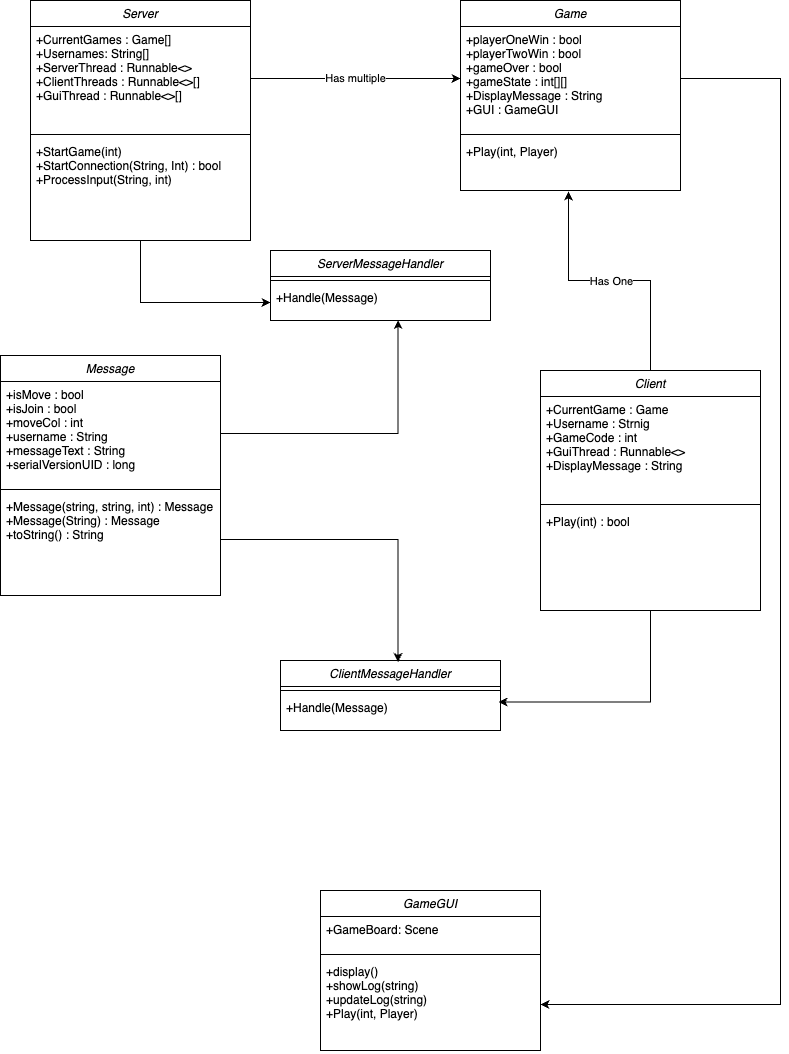
The draw.io diagram ClassDiagram.png in milkchocolatejr/ConnectFour, before a commit. Source tidied: cells renumbered, new cells last; positions are measured from the earlier drawing's top-left corner, leaving out a move shared by most shapes.
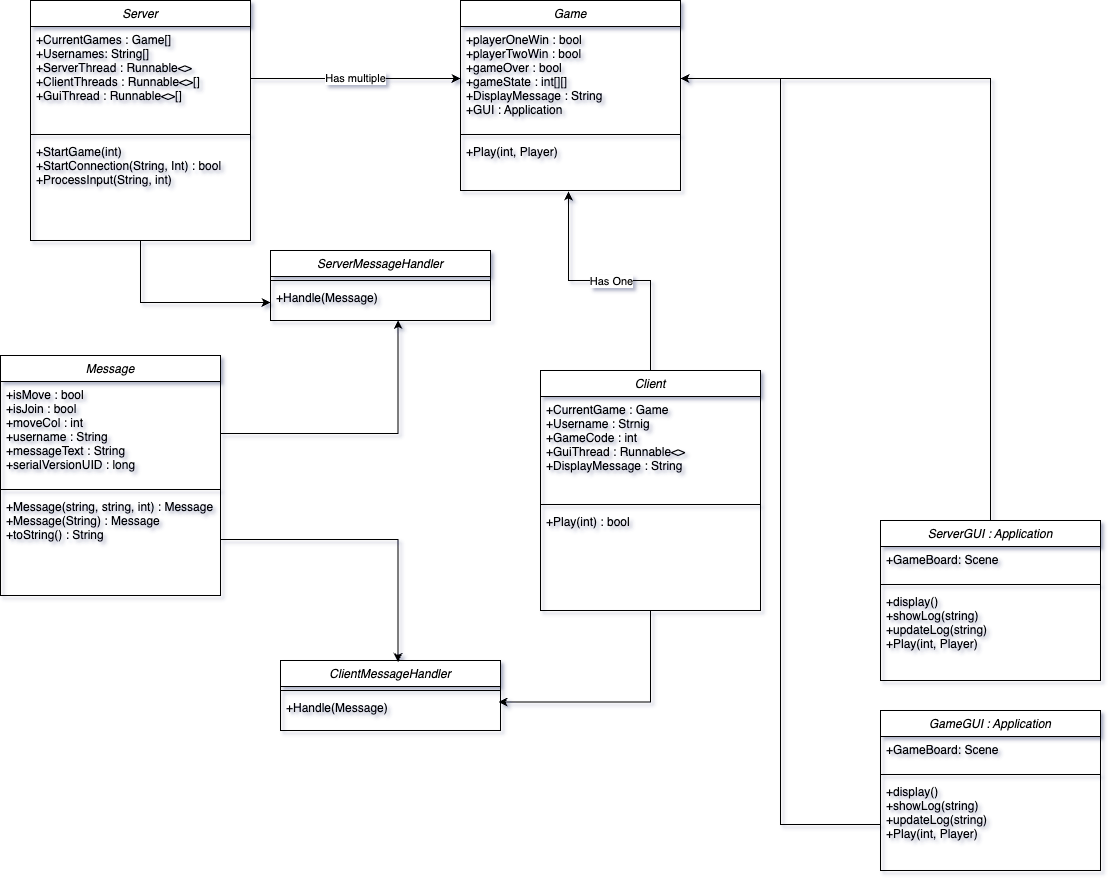
After the change.

The edit, as a diff of the source:
```diff
@@ -1,4 +1,4 @@
-<mxGraphModel>
+<mxGraphModel background="light-dark(#FFFFFF,#000000)" shadow="1">
   <root>
     <mxCell id="0" />
     <mxCell id="1" parent="0" />
@@ -20,7 +20,7 @@
     <mxCell id="7" value="Game" style="swimlane;fontStyle=2;align=center;verticalAlign=top;horizontal=1;startSize=26;rounded=0;shadow=0;strokeWidth=1;" parent="1" vertex="1">
       <mxGeometry x="460" width="220" height="190" as="geometry" />
     </mxCell>
-    <mxCell id="8" value="+playerOneWin : bool&#10;+playerTwoWin : bool&#10;+gameOver : bool&#10;+gameState : int[][]&#10;+DisplayMessage : String&#10;+GUI : GameGUI" style="text;align=left;verticalAlign=top;spacingLeft=4;spacingRight=4;overflow=hidden;points=[[0,0.5],[1,0.5]];portConstraint=eastwest;" parent="7" vertex="1">
+    <mxCell id="8" value="+playerOneWin : bool&#10;+playerTwoWin : bool&#10;+gameOver : bool&#10;+gameState : int[][]&#10;+DisplayMessage : String&#10;+GUI : Application" style="text;align=left;verticalAlign=top;spacingLeft=4;spacingRight=4;overflow=hidden;points=[[0,0.5],[1,0.5]];portConstraint=eastwest;" parent="7" vertex="1">
       <mxGeometry y="26" width="220" height="104" as="geometry" />
     </mxCell>
     <mxCell id="9" style="line;html=1;strokeWidth=1;align=left;verticalAlign=middle;spacingTop=-1;spacingLeft=3;spacingRight=3;labelPosition=right;" parent="7" vertex="1">
@@ -91,8 +91,8 @@
     <mxCell id="30" style="edgeStyle=orthogonalEdgeStyle;rounded=0;jettySize=auto;html=1;exitX=1;exitY=0.5;exitDx=0;exitDy=0;entryX=0.58;entryY=0.986;entryDx=0;entryDy=0;entryPerimeter=0;" parent="1" edge="1" source="19" target="24">
       <mxGeometry relative="1" as="geometry" />
     </mxCell>
-    <mxCell id="31" value="GameGUI" style="swimlane;fontStyle=2;align=center;verticalAlign=top;horizontal=1;startSize=26;rounded=0;shadow=0;strokeWidth=1;" parent="1" vertex="1">
-      <mxGeometry x="320" y="890" width="220" height="160" as="geometry" />
+    <mxCell id="31" value="GameGUI : Application" style="swimlane;fontStyle=2;align=center;verticalAlign=top;horizontal=1;startSize=26;rounded=0;shadow=0;strokeWidth=1;" parent="1" vertex="1">
+      <mxGeometry x="880" y="710" width="220" height="160" as="geometry" />
     </mxCell>
     <mxCell id="32" value="+GameBoard: Scene" style="text;align=left;verticalAlign=top;spacingLeft=4;spacingRight=4;overflow=hidden;" parent="31" vertex="1">
       <mxGeometry y="26" width="220" height="34" as="geometry" />
@@ -103,13 +103,23 @@
     <mxCell id="34" value="+display()&#10;+showLog(string)&#10;+updateLog(string)&#10;+Play(int, Player)" style="text;align=left;verticalAlign=top;spacingLeft=4;spacingRight=4;overflow=hidden;points=[[0,0.5],[1,0.5]];portConstraint=eastwest;" parent="31" vertex="1">
       <mxGeometry y="68" width="220" height="92" as="geometry" />
     </mxCell>
-    <mxCell id="35" style="edgeStyle=orthogonalEdgeStyle;rounded=0;jettySize=auto;html=1;exitX=1;exitY=0.5;exitDx=0;exitDy=0;" parent="1" edge="1" source="8" target="34">
-      <mxGeometry relative="1" as="geometry">
-        <Array as="points">
-          <mxPoint x="780" y="78" />
-          <mxPoint x="780" y="1004" />
-        </Array>
-      </mxGeometry>
-    </mxCell>
+    <mxCell id="36" style="edgeStyle=orthogonalEdgeStyle;rounded=0;jettySize=auto;html=1;entryX=1;entryY=0.5;entryDx=0;entryDy=0;" parent="1" edge="1" source="37" target="8">
+      <mxGeometry relative="1" as="geometry" />
+    </mxCell>
+    <mxCell id="37" value="ServerGUI : Application" style="swimlane;fontStyle=2;align=center;verticalAlign=top;horizontal=1;startSize=26;rounded=0;shadow=0;strokeWidth=1;" parent="1" vertex="1">
+      <mxGeometry x="880" y="520" width="220" height="160" as="geometry" />
+    </mxCell>
+    <mxCell id="38" value="+GameBoard: Scene" style="text;align=left;verticalAlign=top;spacingLeft=4;spacingRight=4;overflow=hidden;" parent="37" vertex="1">
+      <mxGeometry y="26" width="220" height="34" as="geometry" />
+    </mxCell>
+    <mxCell id="39" style="line;html=1;strokeWidth=1;align=left;verticalAlign=middle;spacingTop=-1;spacingLeft=3;spacingRight=3;labelPosition=right;" parent="37" vertex="1">
+      <mxGeometry y="60" width="220" height="8" as="geometry" />
+    </mxCell>
+    <mxCell id="40" value="+display()&#10;+showLog(string)&#10;+updateLog(string)&#10;+Play(int, Player)" style="text;align=left;verticalAlign=top;spacingLeft=4;spacingRight=4;overflow=hidden;" parent="37" vertex="1">
+      <mxGeometry y="68" width="220" height="92" as="geometry" />
+    </mxCell>
+    <mxCell id="41" style="edgeStyle=orthogonalEdgeStyle;rounded=0;jettySize=auto;html=1;" parent="1" edge="1" source="34" target="8">
+      <mxGeometry relative="1" as="geometry" />
+    </mxCell>
   </root>
 </mxGraphModel>
```
